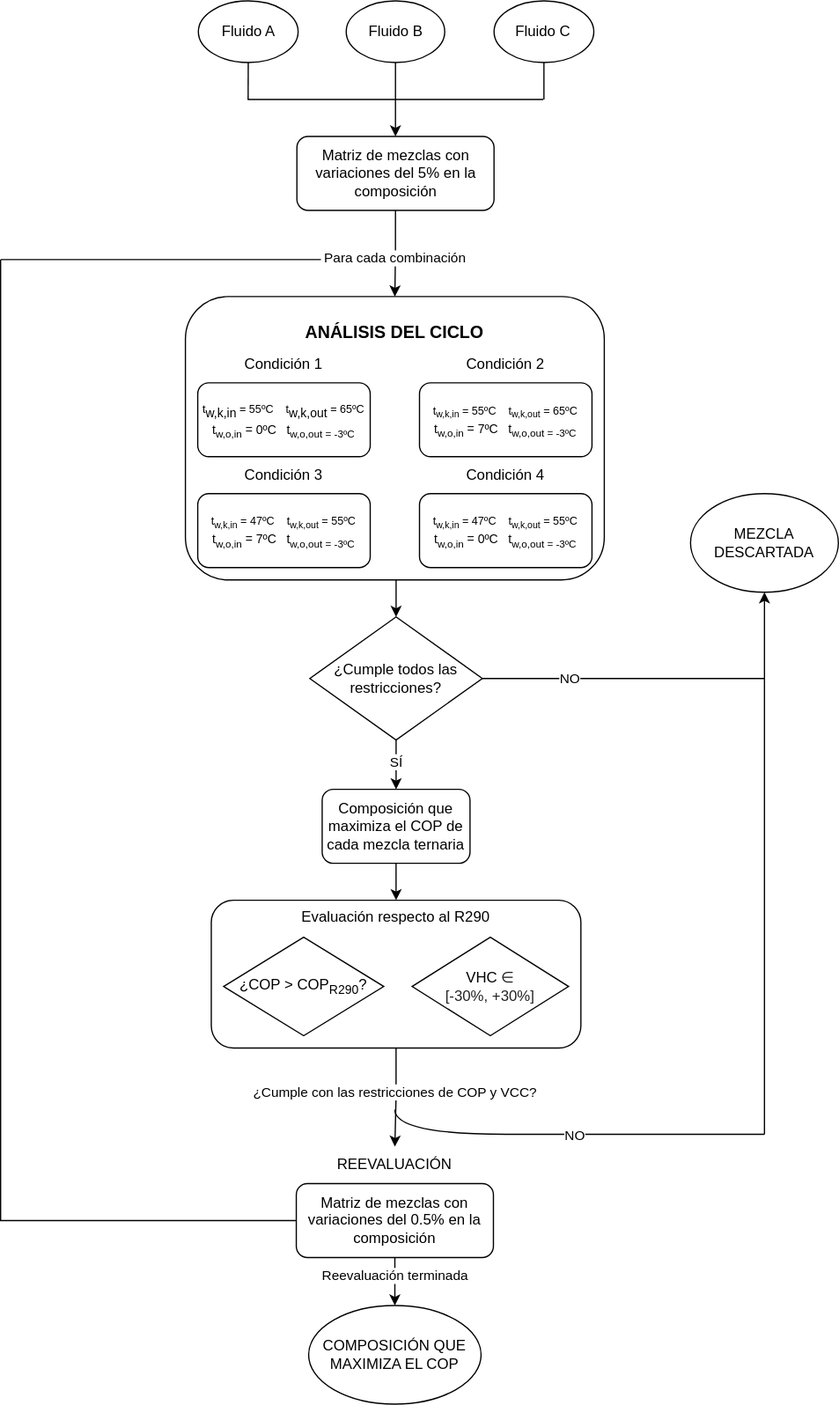
This is imagenes-generacion/diagrama_screening.svg from muarckbucks/Trabajo-final-de-grado, a draw.io export, as it was before one commit. Source tidied: cells renumbered, new cells last; positions are measured from the earlier drawing's top-left corner, leaving out a move shared by most shapes.
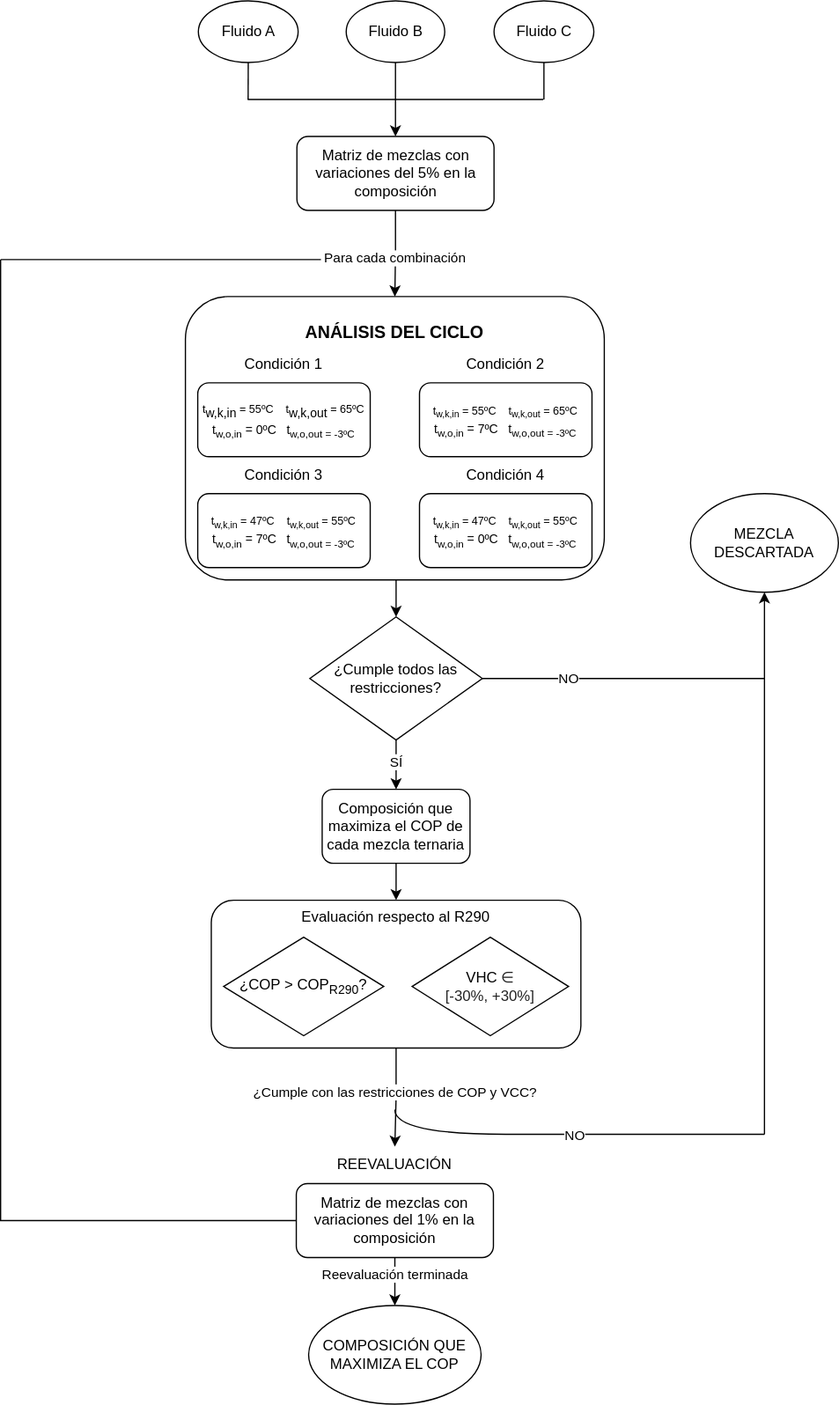
The same diagram one commit later.

Diff of the diagram source:
```diff
@@ -141,7 +141,7 @@
     <mxCell id="40" style="group;" parent="1" vertex="1">
       <mxGeometry x="240" y="930" width="160" height="90" as="geometry" />
     </mxCell>
-    <mxCell id="41" value="Matriz de mezclas con variaciones del 0.5% en la composición" style="rounded=1;whiteSpace=wrap;html=1;" parent="40" vertex="1">
+    <mxCell id="41" value="Matriz de mezclas con variaciones del 1% en la composición" style="rounded=1;whiteSpace=wrap;html=1;" parent="40" vertex="1">
       <mxGeometry y="30" width="160" height="60" as="geometry" />
     </mxCell>
     <mxCell id="42" value="REEVALUACIÓN" style="text;html=1;whiteSpace=wrap;strokeColor=none;fillColor=none;align=center;verticalAlign=middle;rounded=0;" parent="40" vertex="1">
```
